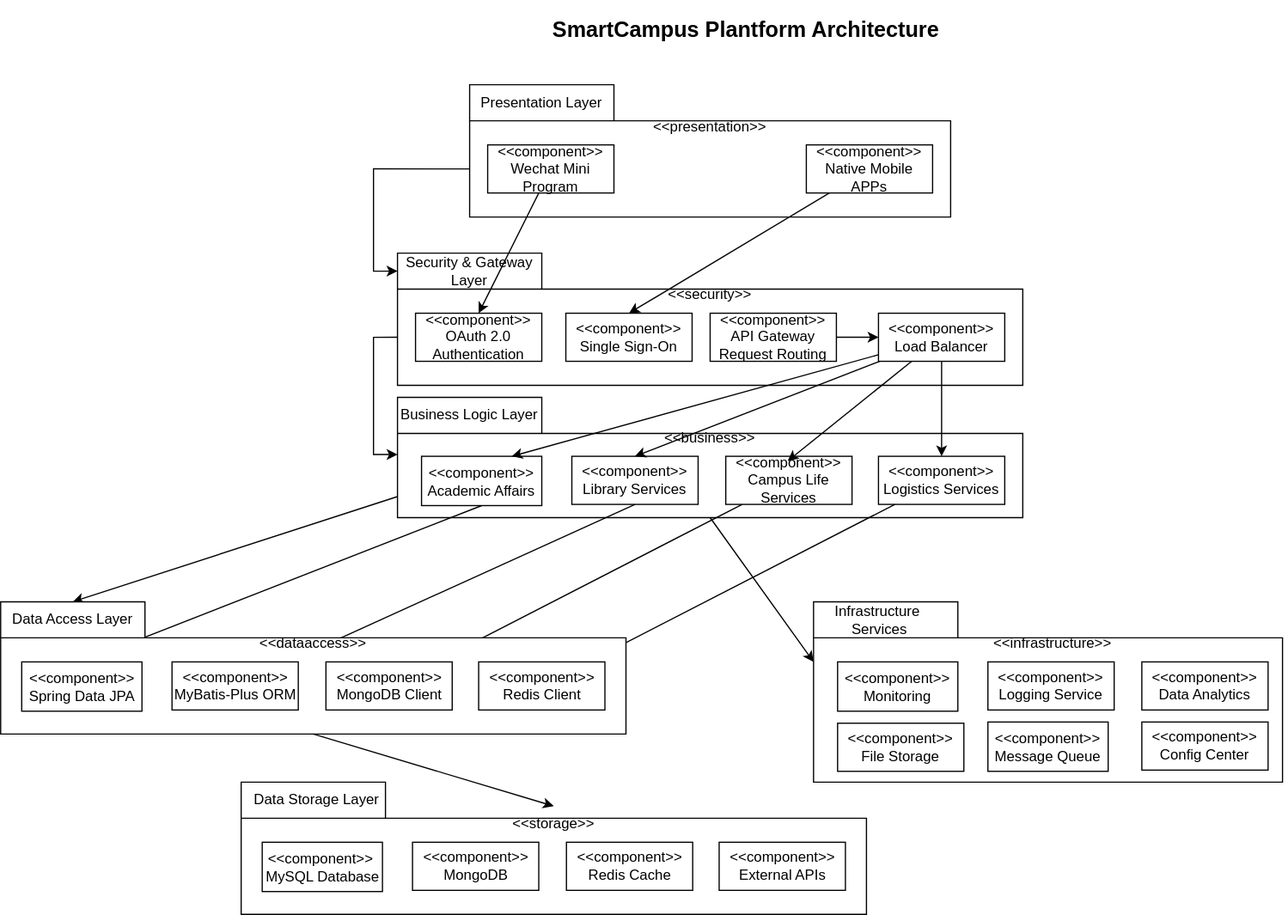
Earlier version of the draw.io export Assignment2/diagrams/ad_architecture_uml.svg (qianlinnian/se_sad_project). Source tidied: cells renumbered, new cells last; positions are measured from the earlier drawing's top-left corner, leaving out a move shared by most shapes.
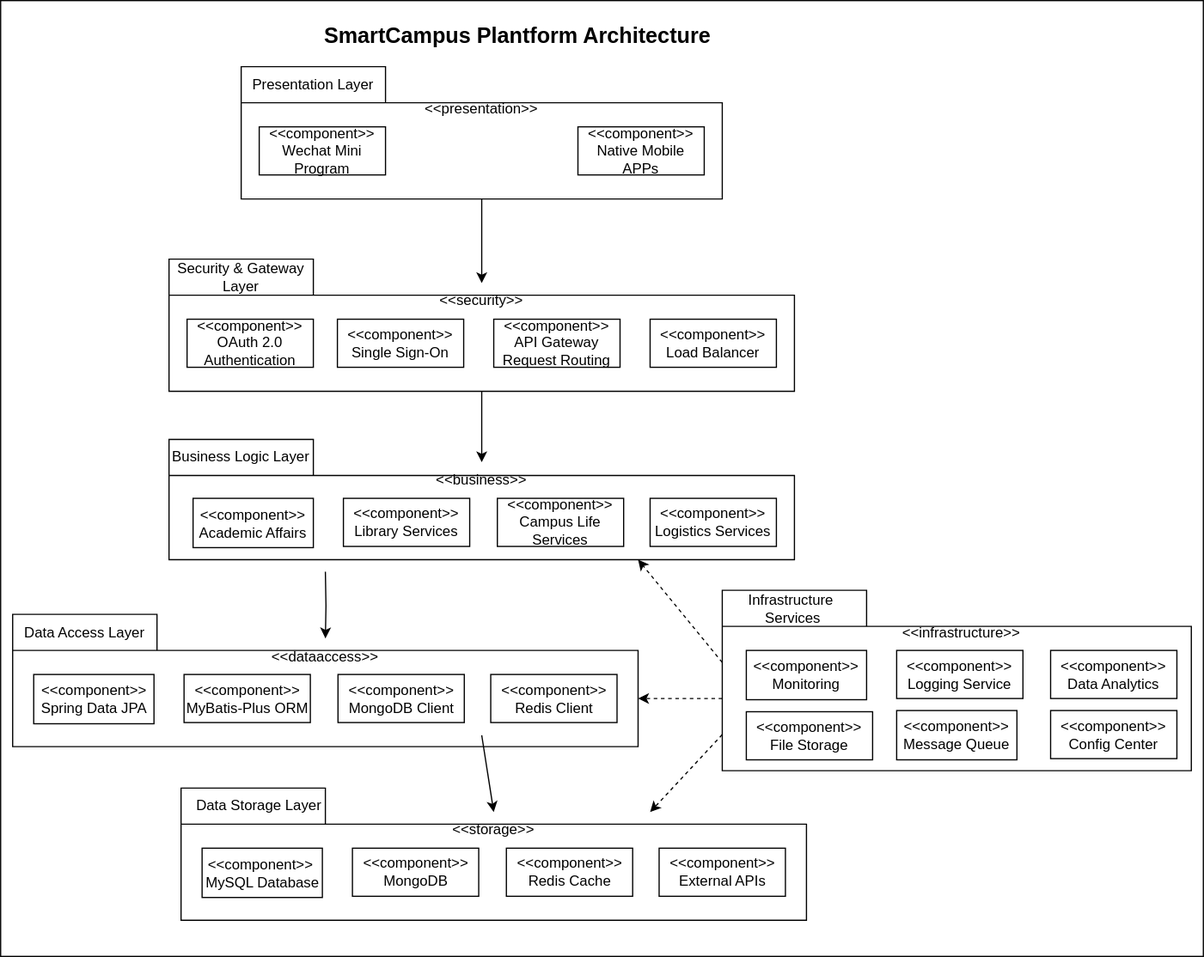
After the commit.

What changed in the source:
```diff
@@ -2,14 +2,17 @@
   <root>
     <mxCell id="0" />
     <mxCell id="1" parent="0" />
+    <mxCell id="66" style="rounded=0;whiteSpace=wrap;html=1;fillColor=none;" parent="1" vertex="1">
+      <mxGeometry x="190" y="-5" width="1000" height="795" as="geometry" />
+    </mxCell>
     <mxCell id="2" style="shape=folder;fontStyle=1;spacingTop=10;tabWidth=120;tabHeight=30;tabPosition=left;html=1;whiteSpace=wrap;" parent="1" vertex="1">
-      <mxGeometry x="330" y="330" width="520" height="100" as="geometry" />
+      <mxGeometry x="330" y="360" width="520" height="100" as="geometry" />
     </mxCell>
     <mxCell id="3" value="&lt;font style=&quot;font-size: 18px;&quot;&gt;&lt;b&gt;SmartCampus Plantform Architecture&lt;/b&gt;&lt;/font&gt;" style="text;html=1;whiteSpace=wrap;strokeColor=none;fillColor=none;align=center;verticalAlign=middle;rounded=0;" parent="1" vertex="1">
       <mxGeometry x="440" width="360" height="50" as="geometry" />
     </mxCell>
     <mxCell id="4" style="group;" parent="1" vertex="1">
-      <mxGeometry x="390" y="70" width="400" height="110" as="geometry" />
+      <mxGeometry x="390" y="50" width="400" height="110" as="geometry" />
     </mxCell>
     <mxCell id="5" style="shape=folder;fontStyle=1;spacingTop=10;tabWidth=120;tabHeight=30;tabPosition=left;html=1;whiteSpace=wrap;" parent="4" vertex="1">
       <mxGeometry width="400" height="110" as="geometry" />
@@ -44,17 +47,14 @@
     <mxCell id="15" value="&amp;lt;&amp;lt;component&amp;gt;&amp;gt;&lt;div&gt;Single Sign-On&lt;/div&gt;" style="rounded=0;whiteSpace=wrap;html=1;" parent="10" vertex="1">
       <mxGeometry x="140" y="50" width="105" height="40" as="geometry" />
     </mxCell>
-    <mxCell id="16" style="edgeStyle=orthogonalEdgeStyle;rounded=0;jettySize=auto;html=1;exitX=1;exitY=0.5;exitDx=0;exitDy=0;entryX=0;entryY=0.5;entryDx=0;entryDy=0;" parent="10" edge="1" source="17" target="18">
-      <mxGeometry relative="1" as="geometry" />
-    </mxCell>
     <mxCell id="17" value="&amp;lt;&amp;lt;component&amp;gt;&amp;gt;&lt;div&gt;API Gateway Request Routing&lt;/div&gt;" style="rounded=0;whiteSpace=wrap;html=1;" parent="10" vertex="1">
-      <mxGeometry x="260" y="50" width="105" height="40" as="geometry" />
+      <mxGeometry x="270" y="50" width="105" height="40" as="geometry" />
     </mxCell>
     <mxCell id="18" value="&amp;lt;&amp;lt;component&amp;gt;&amp;gt; Load Balancer" style="rounded=0;whiteSpace=wrap;html=1;" parent="10" vertex="1">
       <mxGeometry x="400" y="50" width="105" height="40" as="geometry" />
     </mxCell>
     <mxCell id="19" style="group;" parent="1" vertex="1">
-      <mxGeometry x="330" y="330" width="600" height="110" as="geometry" />
+      <mxGeometry x="330" y="360" width="600" height="110" as="geometry" />
     </mxCell>
     <mxCell id="20" value="Business Logic Layer" style="text;html=1;whiteSpace=wrap;strokeColor=none;fillColor=none;align=center;verticalAlign=middle;rounded=0;" parent="19" vertex="1">
       <mxGeometry x="-30" width="180" height="30" as="geometry" />
@@ -66,13 +66,13 @@
       <mxGeometry x="400" y="49" width="105" height="40" as="geometry" />
     </mxCell>
     <mxCell id="23" style="group;" parent="1" vertex="1">
-      <mxGeometry x="200" y="650" width="520" height="110" as="geometry" />
+      <mxGeometry x="340" y="650" width="520" height="110" as="geometry" />
     </mxCell>
     <mxCell id="24" style="shape=folder;fontStyle=1;spacingTop=10;tabWidth=120;tabHeight=30;tabPosition=left;html=1;whiteSpace=wrap;" parent="23" vertex="1">
       <mxGeometry width="520" height="110" as="geometry" />
     </mxCell>
     <mxCell id="25" value="Data Storage Layer" style="text;html=1;whiteSpace=wrap;strokeColor=none;fillColor=none;align=center;verticalAlign=middle;rounded=0;" parent="23" vertex="1">
-      <mxGeometry x="-30" width="186" height="30" as="geometry" />
+      <mxGeometry x="10" width="110" height="30" as="geometry" />
     </mxCell>
     <mxCell id="26" value="&amp;lt;&amp;lt;storage&amp;gt;&amp;gt;" style="text;html=1;whiteSpace=wrap;strokeColor=none;fillColor=none;align=center;verticalAlign=middle;rounded=0;" parent="23" vertex="1">
       <mxGeometry y="20" width="520" height="30" as="geometry" />
@@ -89,59 +89,28 @@
     <mxCell id="30" value="&amp;lt;&amp;lt;component&amp;gt;&amp;gt;&amp;nbsp; MySQL Database" style="rounded=0;whiteSpace=wrap;html=1;" parent="23" vertex="1">
       <mxGeometry x="17.5" y="50" width="100" height="41" as="geometry" />
     </mxCell>
-    <mxCell id="31" style="rounded=0;jettySize=auto;html=1;" parent="1" edge="1" source="32" target="53">
-      <mxGeometry relative="1" as="geometry" />
-    </mxCell>
     <mxCell id="32" value="&amp;lt;&amp;lt;component&amp;gt;&amp;gt; Campus Life Services" style="rounded=0;whiteSpace=wrap;html=1;" parent="1" vertex="1">
-      <mxGeometry x="603" y="379" width="105" height="40" as="geometry" />
+      <mxGeometry x="603" y="409" width="105" height="40" as="geometry" />
     </mxCell>
-    <mxCell id="33" style="rounded=0;jettySize=auto;html=1;exitX=0.5;exitY=1;exitDx=0;exitDy=0;" parent="1" edge="1" source="34" target="54">
-      <mxGeometry relative="1" as="geometry" />
-    </mxCell>
     <mxCell id="34" value="&amp;lt;&amp;lt;component&amp;gt;&amp;gt;&lt;div&gt;Library Services&lt;/div&gt;" style="rounded=0;whiteSpace=wrap;html=1;" parent="1" vertex="1">
-      <mxGeometry x="475" y="379" width="105" height="40" as="geometry" />
+      <mxGeometry x="475" y="409" width="105" height="40" as="geometry" />
     </mxCell>
-    <mxCell id="35" style="rounded=0;jettySize=auto;html=1;exitX=0.5;exitY=1;exitDx=0;exitDy=0;entryX=0.5;entryY=0;entryDx=0;entryDy=0;" parent="1" edge="1" source="36" target="55">
-      <mxGeometry relative="1" as="geometry" />
-    </mxCell>
     <mxCell id="36" value="&amp;lt;&amp;lt;component&amp;gt;&amp;gt; Academic Affairs" style="rounded=0;whiteSpace=wrap;html=1;" parent="1" vertex="1">
-      <mxGeometry x="350" y="379" width="100" height="41" as="geometry" />
+      <mxGeometry x="350" y="409" width="100" height="41" as="geometry" />
     </mxCell>
-    <mxCell id="37" style="rounded=0;jettySize=auto;html=1;entryX=0.5;entryY=0;entryDx=0;entryDy=0;" parent="1" edge="1" source="8" target="14">
-      <mxGeometry relative="1" as="geometry" />
-    </mxCell>
-    <mxCell id="38" style="rounded=0;jettySize=auto;html=1;entryX=0.5;entryY=0;entryDx=0;entryDy=0;" parent="1" edge="1" source="9" target="15">
-      <mxGeometry relative="1" as="geometry" />
-    </mxCell>
-    <mxCell id="39" style="edgeStyle=orthogonalEdgeStyle;rounded=0;jettySize=auto;html=1;exitX=0;exitY=0;exitDx=0;exitDy=70;entryX=0;entryY=0.5;entryDx=0;entryDy=0;exitPerimeter=0;" parent="1" edge="1" source="5" target="12">
+    <mxCell id="39" style="rounded=0;jettySize=auto;html=1;exitX=0.5;exitY=1;exitDx=0;exitDy=0;exitPerimeter=0;entryX=0.5;entryY=0;entryDx=0;entryDy=0;edgeStyle=orthogonalEdgeStyle;" parent="1" edge="1" source="5" target="13">
       <mxGeometry relative="1" as="geometry" />
     </mxCell>
-    <mxCell id="40" style="edgeStyle=orthogonalEdgeStyle;rounded=0;jettySize=auto;html=1;entryX=0;entryY=0;entryDx=0;entryDy=47.5;entryPerimeter=0;exitX=0;exitY=0;exitDx=0;exitDy=70;exitPerimeter=0;" parent="1" edge="1" source="11" target="2">
+    <mxCell id="40" style="edgeStyle=orthogonalEdgeStyle;rounded=0;jettySize=auto;html=1;entryX=0.5;entryY=0;entryDx=0;entryDy=0;exitX=0.5;exitY=1;exitDx=0;exitDy=0;exitPerimeter=0;" parent="1" edge="1" source="11" target="21">
       <mxGeometry relative="1" as="geometry" />
     </mxCell>
-    <mxCell id="41" style="rounded=0;jettySize=auto;html=1;entryX=0.5;entryY=0;entryDx=0;entryDy=0;exitX=0;exitY=0;exitDx=0;exitDy=82.5;exitPerimeter=0;" parent="1" edge="1" source="2" target="50">
-      <mxGeometry relative="1" as="geometry" />
+    <mxCell id="41" style="rounded=0;jettySize=auto;html=1;entryX=0.5;entryY=0;entryDx=0;entryDy=0;exitX=0.5;exitY=1;exitDx=0;exitDy=0;exitPerimeter=0;edgeStyle=orthogonalEdgeStyle;" parent="1" edge="1" target="51">
+      <mxGeometry relative="1" as="geometry">
+        <mxPoint x="460" y="470" as="sourcePoint" />
+      </mxGeometry>
     </mxCell>
-    <mxCell id="42" style="rounded=0;jettySize=auto;html=1;entryX=0;entryY=0;entryDx=0;entryDy=50;entryPerimeter=0;exitX=0.5;exitY=1;exitDx=0;exitDy=0;exitPerimeter=0;" parent="1" edge="1" source="2" target="57">
-      <mxGeometry relative="1" as="geometry" />
-    </mxCell>
-    <mxCell id="43" style="rounded=0;jettySize=auto;html=1;" parent="1" edge="1" source="22" target="52">
-      <mxGeometry relative="1" as="geometry" />
-    </mxCell>
-    <mxCell id="44" style="rounded=0;jettySize=auto;html=1;entryX=0.75;entryY=0;entryDx=0;entryDy=0;" parent="1" edge="1" source="18" target="36">
-      <mxGeometry relative="1" as="geometry" />
-    </mxCell>
-    <mxCell id="45" style="rounded=0;jettySize=auto;html=1;entryX=0.5;entryY=0;entryDx=0;entryDy=0;" parent="1" edge="1" source="18" target="34">
-      <mxGeometry relative="1" as="geometry" />
-    </mxCell>
-    <mxCell id="46" style="rounded=0;jettySize=auto;html=1;entryX=0.624;entryY=1.131;entryDx=0;entryDy=0;entryPerimeter=0;" parent="1" edge="1" source="18" target="21">
-      <mxGeometry relative="1" as="geometry" />
-    </mxCell>
-    <mxCell id="47" style="rounded=0;jettySize=auto;html=1;" parent="1" edge="1" source="18" target="22">
-      <mxGeometry relative="1" as="geometry" />
-    </mxCell>
     <mxCell id="48" style="group;" parent="1" vertex="1">
-      <mxGeometry y="500" width="520" height="110" as="geometry" />
+      <mxGeometry x="200" y="505.5" width="520" height="110" as="geometry" />
     </mxCell>
     <mxCell id="49" style="shape=folder;fontStyle=1;spacingTop=10;tabWidth=120;tabHeight=30;tabPosition=left;html=1;whiteSpace=wrap;" parent="48" vertex="1">
       <mxGeometry width="520" height="110" as="geometry" />
@@ -164,35 +133,51 @@
     <mxCell id="55" value="&amp;lt;&amp;lt;component&amp;gt;&amp;gt; Spring Data JPA" style="rounded=0;whiteSpace=wrap;html=1;" parent="48" vertex="1">
       <mxGeometry x="17.5" y="50" width="100" height="41" as="geometry" />
     </mxCell>
-    <mxCell id="56" style="rounded=0;jettySize=auto;html=1;exitX=0.5;exitY=1;exitDx=0;exitDy=0;exitPerimeter=0;entryX=0.5;entryY=0;entryDx=0;entryDy=0;" parent="1" edge="1" source="49" target="26">
-      <mxGeometry relative="1" as="geometry" />
+    <mxCell id="56" style="rounded=0;jettySize=auto;html=1;entryX=0.5;entryY=0;entryDx=0;entryDy=0;" parent="1" edge="1" target="26">
+      <mxGeometry relative="1" as="geometry">
+        <mxPoint x="590" y="606" as="sourcePoint" />
+      </mxGeometry>
     </mxCell>
+    <mxCell id="67" style="edgeStyle=none;html=1;exitX=0;exitY=0;exitDx=0;exitDy=90;exitPerimeter=0;strokeColor=none;dashed=1;" parent="1" edge="1" source="57">
+      <mxGeometry relative="1" as="geometry">
+        <mxPoint x="720" y="575" as="targetPoint" />
+      </mxGeometry>
+    </mxCell>
+    <mxCell id="68" style="edgeStyle=none;html=1;exitX=0;exitY=0;exitDx=0;exitDy=120;exitPerimeter=0;entryX=0.75;entryY=0;entryDx=0;entryDy=0;dashed=1;" parent="1" edge="1" source="57" target="26">
+      <mxGeometry relative="1" as="geometry" />
+    </mxCell>
     <mxCell id="57" style="shape=folder;fontStyle=1;spacingTop=10;tabWidth=120;tabHeight=30;tabPosition=left;html=1;whiteSpace=wrap;" parent="1" vertex="1">
-      <mxGeometry x="676" y="500" width="390" height="150" as="geometry" />
+      <mxGeometry x="790" y="485.5" width="390" height="150" as="geometry" />
     </mxCell>
     <mxCell id="58" value="Infrastructure&amp;nbsp;&lt;div&gt;Services&lt;/div&gt;" style="text;html=1;whiteSpace=wrap;strokeColor=none;fillColor=none;align=center;verticalAlign=middle;rounded=0;" parent="1" vertex="1">
-      <mxGeometry x="596" y="500" width="270" height="30" as="geometry" />
+      <mxGeometry x="794" y="485.5" width="110" height="30" as="geometry" />
     </mxCell>
     <mxCell id="59" value="&amp;lt;&amp;lt;infrastructure&amp;gt;&amp;gt;" style="text;html=1;whiteSpace=wrap;strokeColor=none;fillColor=none;align=center;verticalAlign=middle;rounded=0;" parent="1" vertex="1">
-      <mxGeometry x="680" y="520" width="390" height="30" as="geometry" />
+      <mxGeometry x="794" y="505.5" width="390" height="30" as="geometry" />
     </mxCell>
     <mxCell id="60" value="&amp;lt;&amp;lt;component&amp;gt;&amp;gt;&lt;br&gt;File Storage" style="rounded=0;whiteSpace=wrap;html=1;" parent="1" vertex="1">
-      <mxGeometry x="696" y="601" width="105" height="40" as="geometry" />
+      <mxGeometry x="810" y="586.5" width="105" height="40" as="geometry" />
     </mxCell>
     <mxCell id="61" value="&amp;lt;&amp;lt;component&amp;gt;&amp;gt; Data Analytics" style="rounded=0;whiteSpace=wrap;html=1;" parent="1" vertex="1">
-      <mxGeometry x="949" y="550" width="105" height="40" as="geometry" />
+      <mxGeometry x="1063" y="535.5" width="105" height="40" as="geometry" />
     </mxCell>
     <mxCell id="62" value="&amp;lt;&amp;lt;component&amp;gt;&amp;gt;&lt;div&gt;Logging Service&lt;/div&gt;" style="rounded=0;whiteSpace=wrap;html=1;" parent="1" vertex="1">
-      <mxGeometry x="821" y="550" width="105" height="40" as="geometry" />
+      <mxGeometry x="935" y="535.5" width="105" height="40" as="geometry" />
     </mxCell>
     <mxCell id="63" value="&amp;lt;&amp;lt;component&amp;gt;&amp;gt; Monitoring" style="rounded=0;whiteSpace=wrap;html=1;" parent="1" vertex="1">
-      <mxGeometry x="696" y="550" width="100" height="41" as="geometry" />
+      <mxGeometry x="810" y="535.5" width="100" height="41" as="geometry" />
     </mxCell>
     <mxCell id="64" value="&amp;lt;&amp;lt;component&amp;gt;&amp;gt; Config Center" style="rounded=0;whiteSpace=wrap;html=1;" parent="1" vertex="1">
-      <mxGeometry x="949" y="600" width="105" height="40" as="geometry" />
+      <mxGeometry x="1063" y="585.5" width="105" height="40" as="geometry" />
     </mxCell>
     <mxCell id="65" value="&amp;lt;&amp;lt;component&amp;gt;&amp;gt; Message Queue" style="rounded=0;whiteSpace=wrap;html=1;" parent="1" vertex="1">
-      <mxGeometry x="821" y="600" width="100" height="41" as="geometry" />
+      <mxGeometry x="935" y="585.5" width="100" height="41" as="geometry" />
     </mxCell>
+    <mxCell id="69" style="edgeStyle=none;html=1;exitX=0;exitY=0;exitDx=0;exitDy=60;exitPerimeter=0;entryX=0.75;entryY=1;entryDx=0;entryDy=0;entryPerimeter=0;dashed=1;" parent="1" edge="1" source="57" target="2">
+      <mxGeometry relative="1" as="geometry" />
+    </mxCell>
+    <mxCell id="70" style="edgeStyle=none;html=1;exitX=0;exitY=0;exitDx=0;exitDy=90;exitPerimeter=0;entryX=0;entryY=0;entryDx=520;entryDy=70;entryPerimeter=0;dashed=1;" parent="1" edge="1" source="57" target="49">
+      <mxGeometry relative="1" as="geometry" />
+    </mxCell>
   </root>
 </mxGraphModel>
```
